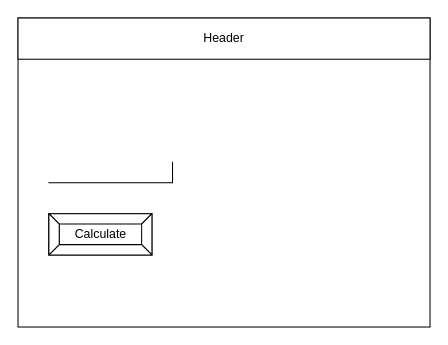
Above: design/story-board.drawio in Ali-Mugamai/ICS20-5-07-JS (draw.io), before the change. Source tidied: cells renumbered, new cells numbered last; positions are measured from the earlier drawing's top-left corner, leaving out a move shared by most shapes. Both pictures are drawn from the tidied source at 103%, with x=0, y=0 at pixel (18, 18).
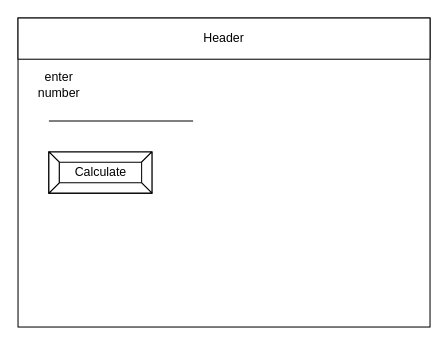
After the change.

The edit, as a diff of the source:
```diff
@@
 <mxGraphModel>
   <root>
     <mxCell id="0" />
     <mxCell id="1" parent="0" />
     <mxCell id="2" style="rounded=0;whiteSpace=wrap;html=1;" parent="1" vertex="1">
       <mxGeometry width="400" height="300" as="geometry" />
     </mxCell>
     <mxCell id="3" value="Header" style="rounded=0;whiteSpace=wrap;html=1;" parent="1" vertex="1">
       <mxGeometry width="400" height="40" as="geometry" />
     </mxCell>
-    <mxCell id="4" style="shape=partialRectangle;whiteSpace=wrap;html=1;top=0;left=0;fillColor=none;" parent="1" vertex="1">
-      <mxGeometry x="30" y="140" width="120" height="20" as="geometry" />
-    </mxCell>
     <mxCell id="5" value="Calculate" style="labelPosition=center;verticalLabelPosition=middle;align=center;html=1;shape=mxgraph.basic.button;dx=10;" parent="1" vertex="1">
-      <mxGeometry x="30" y="190" width="100" height="40" as="geometry" />
+      <mxGeometry x="30" y="130" width="100" height="40" as="geometry" />
     </mxCell>
+    <mxCell id="6" style="endArrow=none;html=1;" parent="1" edge="1">
+      <mxGeometry relative="1" as="geometry">
+        <mxPoint x="170" y="100" as="sourcePoint" />
+        <mxPoint x="30" y="100" as="targetPoint" />
+      </mxGeometry>
+    </mxCell>
+    <mxCell id="7" value="enter number" style="text;html=1;strokeColor=none;fillColor=none;align=center;verticalAlign=middle;whiteSpace=wrap;rounded=0;" parent="1" vertex="1">
+      <mxGeometry x="10" y="50" width="60" height="30" as="geometry" />
+    </mxCell>
   </root>
 </mxGraphModel>
```
